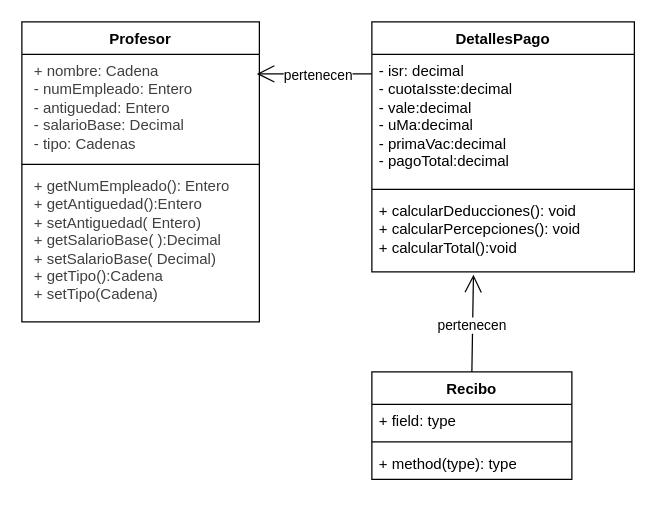
The draw.io diagram diagrama_profesor.drawio in dachuacm/mininomina, before the edit. Source tidied: cells renumbered, new cells numbered last; positions are measured from the earlier drawing's top-left corner, leaving out a move shared by most shapes. Both pictures are drawn from the tidied source at 125%, with x=0, y=0 at pixel (21, 21).
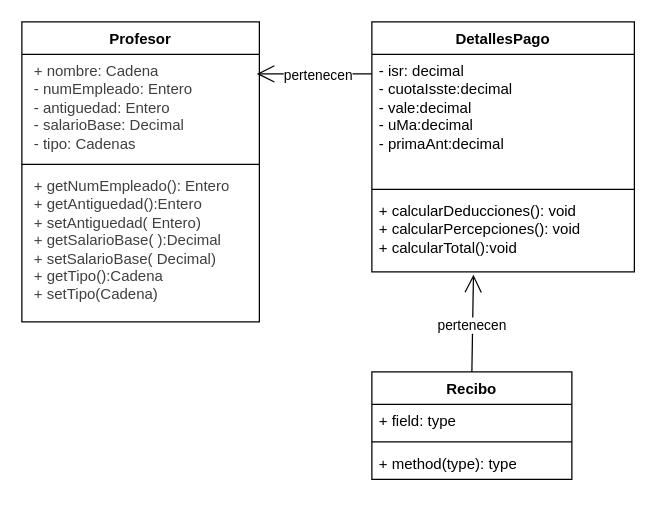
After the change.

What changed in the source:
```diff
@@
 <mxGraphModel>
   <root>
     <mxCell id="0" />
     <mxCell id="1" parent="0" />
     <mxCell id="2" value="Profesor" style="swimlane;fontStyle=1;align=center;verticalAlign=top;horizontal=1;startSize=26;whiteSpace=wrap;html=1;" parent="1" vertex="1">
       <mxGeometry width="190" height="240" as="geometry" />
     </mxCell>
     <mxCell id="3" value="&lt;p style=&quot;color: rgb(63, 63, 63); scrollbar-color: rgb(226, 226, 226) rgb(251, 251, 251); margin: 0px 0px 0px 4px;&quot;&gt;+ nombre: Cadena&lt;/p&gt;&lt;p style=&quot;color: rgb(63, 63, 63); scrollbar-color: rgb(226, 226, 226) rgb(251, 251, 251); margin: 0px 0px 0px 4px;&quot;&gt;- numEmpleado: Entero&lt;/p&gt;&lt;p style=&quot;color: rgb(63, 63, 63); scrollbar-color: rgb(226, 226, 226) rgb(251, 251, 251); margin: 0px 0px 0px 4px;&quot;&gt;- antiguedad: Entero&lt;/p&gt;&lt;p style=&quot;color: rgb(63, 63, 63); scrollbar-color: rgb(226, 226, 226) rgb(251, 251, 251); margin: 0px 0px 0px 4px;&quot;&gt;- salarioBase: Decimal&lt;/p&gt;&lt;p style=&quot;color: rgb(63, 63, 63); scrollbar-color: rgb(226, 226, 226) rgb(251, 251, 251); margin: 0px 0px 0px 4px;&quot;&gt;- tipo: Cadenas&lt;/p&gt;" style="text;strokeColor=none;fillColor=none;align=left;verticalAlign=top;spacingLeft=4;spacingRight=4;overflow=hidden;points=[[0,0.5],[1,0.5]];portConstraint=eastwest;whiteSpace=wrap;html=1;" parent="2" vertex="1">
       <mxGeometry y="26" width="190" height="84" as="geometry" />
     </mxCell>
     <mxCell id="4" style="line;strokeWidth=1;fillColor=none;align=left;verticalAlign=middle;spacingTop=-1;spacingLeft=3;spacingRight=3;labelPosition=right;strokeColor=inherit;" parent="2" vertex="1">
       <mxGeometry y="110" width="190" height="8" as="geometry" />
     </mxCell>
     <mxCell id="5" value="&lt;p style=&quot;color: rgb(63, 63, 63); scrollbar-color: rgb(226, 226, 226) rgb(251, 251, 251); margin: 0px 0px 0px 4px;&quot;&gt;+ getNumEmpleado(): Entero&lt;/p&gt;&lt;p style=&quot;color: rgb(63, 63, 63); scrollbar-color: rgb(226, 226, 226) rgb(251, 251, 251); margin: 0px 0px 0px 4px;&quot;&gt;+ getAntiguedad():Entero&lt;/p&gt;&lt;p style=&quot;color: rgb(63, 63, 63); scrollbar-color: rgb(226, 226, 226) rgb(251, 251, 251); margin: 0px 0px 0px 4px;&quot;&gt;+ setAntiguedad( Entero)&lt;/p&gt;&lt;p style=&quot;color: rgb(63, 63, 63); scrollbar-color: rgb(226, 226, 226) rgb(251, 251, 251); margin: 0px 0px 0px 4px;&quot;&gt;+ getSalarioBase( ):Decimal&lt;/p&gt;&lt;p style=&quot;color: rgb(63, 63, 63); scrollbar-color: rgb(226, 226, 226) rgb(251, 251, 251); margin: 0px 0px 0px 4px;&quot;&gt;+ setSalarioBase( Decimal)&lt;/p&gt;&lt;p style=&quot;color: rgb(63, 63, 63); scrollbar-color: rgb(226, 226, 226) rgb(251, 251, 251); margin: 0px 0px 0px 4px;&quot;&gt;+ getTipo():Cadena&lt;/p&gt;&lt;p style=&quot;color: rgb(63, 63, 63); scrollbar-color: rgb(226, 226, 226) rgb(251, 251, 251); margin: 0px 0px 0px 4px;&quot;&gt;+ setTipo(Cadena)&lt;/p&gt;" style="text;strokeColor=none;fillColor=none;align=left;verticalAlign=top;spacingLeft=4;spacingRight=4;overflow=hidden;whiteSpace=wrap;html=1;" parent="2" vertex="1">
       <mxGeometry y="118" width="190" height="122" as="geometry" />
     </mxCell>
     <mxCell id="6" value="DetallesPago" style="swimlane;fontStyle=1;align=center;verticalAlign=top;horizontal=1;startSize=26;whiteSpace=wrap;html=1;" parent="1" vertex="1">
       <mxGeometry x="280" width="210" height="200" as="geometry" />
     </mxCell>
-    <mxCell id="7" value="- isr: decimal&lt;div&gt;- cuotaIsste:decimal&lt;/div&gt;&lt;div&gt;- vale:decimal&lt;/div&gt;&lt;div&gt;- uMa:decimal&lt;/div&gt;&lt;div&gt;- primaVac:decimal&lt;/div&gt;&lt;div&gt;- pagoTotal:decimal&lt;/div&gt;" style="text;strokeColor=none;fillColor=none;align=left;verticalAlign=top;spacingLeft=4;spacingRight=4;overflow=hidden;points=[[0,0.5],[1,0.5]];portConstraint=eastwest;whiteSpace=wrap;html=1;" parent="6" vertex="1">
+    <mxCell id="7" value="- isr: decimal&lt;div&gt;- cuotaIsste:decimal&lt;/div&gt;&lt;div&gt;- vale:decimal&lt;/div&gt;&lt;div&gt;- uMa:decimal&lt;/div&gt;&lt;div&gt;- primaAnt:decimal&lt;/div&gt;&lt;div&gt;&lt;br&gt;&lt;/div&gt;" style="text;strokeColor=none;fillColor=none;align=left;verticalAlign=top;spacingLeft=4;spacingRight=4;overflow=hidden;points=[[0,0.5],[1,0.5]];portConstraint=eastwest;whiteSpace=wrap;html=1;" parent="6" vertex="1">
       <mxGeometry y="26" width="210" height="104" as="geometry" />
     </mxCell>
     <mxCell id="8" style="line;strokeWidth=1;fillColor=none;align=left;verticalAlign=middle;spacingTop=-1;spacingLeft=3;spacingRight=3;labelPosition=right;strokeColor=inherit;" parent="6" vertex="1">
       <mxGeometry y="130" width="210" height="8" as="geometry" />
     </mxCell>
     <mxCell id="9" value="+ calcularDeducciones(): void&lt;div&gt;+ calcularPercepciones(): void&lt;/div&gt;&lt;div&gt;+ calcularTotal():void&lt;/div&gt;&lt;div&gt;&lt;br&gt;&lt;/div&gt;" style="text;strokeColor=none;fillColor=none;align=left;verticalAlign=top;spacingLeft=4;spacingRight=4;overflow=hidden;points=[[0,0.5],[1,0.5]];portConstraint=eastwest;whiteSpace=wrap;html=1;" parent="6" vertex="1">
       <mxGeometry y="138" width="210" height="62" as="geometry" />
     </mxCell>
     <mxCell id="10" value="Recibo" style="swimlane;fontStyle=1;align=center;verticalAlign=top;horizontal=1;startSize=26;whiteSpace=wrap;html=1;" parent="1" vertex="1">
       <mxGeometry x="280" y="280" width="160" height="86" as="geometry" />
     </mxCell>
     <mxCell id="11" value="+ field: type" style="text;strokeColor=none;fillColor=none;align=left;verticalAlign=top;spacingLeft=4;spacingRight=4;overflow=hidden;whiteSpace=wrap;html=1;" parent="10" vertex="1">
       <mxGeometry y="26" width="160" height="26" as="geometry" />
     </mxCell>
     <mxCell id="12" style="line;strokeWidth=1;fillColor=none;align=left;verticalAlign=middle;spacingTop=-1;spacingLeft=3;spacingRight=3;labelPosition=right;strokeColor=inherit;" parent="10" vertex="1">
       <mxGeometry y="52" width="160" height="8" as="geometry" />
     </mxCell>
     <mxCell id="13" value="+ method(type): type" style="text;strokeColor=none;fillColor=none;align=left;verticalAlign=top;spacingLeft=4;spacingRight=4;overflow=hidden;whiteSpace=wrap;html=1;" parent="10" vertex="1">
       <mxGeometry y="60" width="160" height="26" as="geometry" />
     </mxCell>
     <mxCell id="14" style="endArrow=open;endFill=1;endSize=12;html=1;exitX=0;exitY=0.15;exitDx=0;exitDy=0;exitPerimeter=0;entryX=0.989;entryY=0.186;entryDx=0;entryDy=0;entryPerimeter=0;" parent="1" edge="1" source="7" target="3">
       <mxGeometry relative="1" as="geometry" />
     </mxCell>
     <mxCell id="15" value="pertenecen" style="edgeLabel;html=1;align=center;verticalAlign=middle;" parent="14" vertex="1">
       <mxGeometry x="-0.05" y="1" relative="1" as="geometry" />
     </mxCell>
     <mxCell id="16" style="endArrow=open;endFill=1;endSize=12;html=1;exitX=0.5;exitY=0;exitDx=0;exitDy=0;entryX=0.387;entryY=1.036;entryDx=0;entryDy=0;entryPerimeter=0;" parent="1" edge="1" source="10" target="9">
       <mxGeometry relative="1" as="geometry" />
     </mxCell>
     <mxCell id="17" value="pertenecen" style="edgeLabel;html=1;align=center;verticalAlign=middle;" parent="16" vertex="1">
       <mxGeometry x="-0.05" y="1" relative="1" as="geometry" />
     </mxCell>
   </root>
 </mxGraphModel>
```
